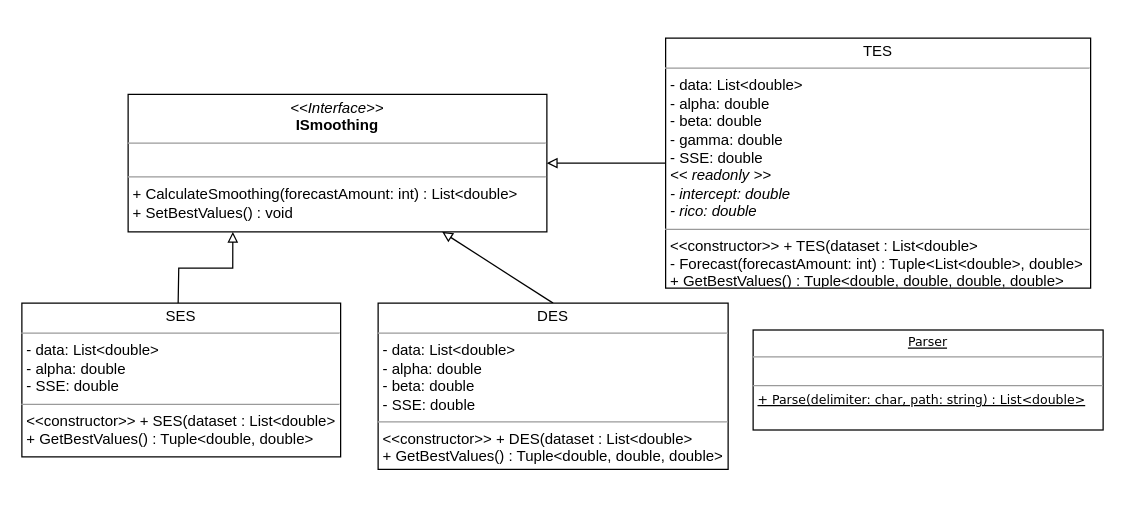
Earlier version of the draw.io diagram Class diagram - forecasting.drawio (JustMike112/forecasting). Source tidied: cells renumbered, new cells numbered last; positions are measured from the earlier drawing's top-left corner, leaving out a move shared by most shapes. Both pictures are drawn from the tidied source at 125%, with x=0, y=0 at pixel (21, 38).
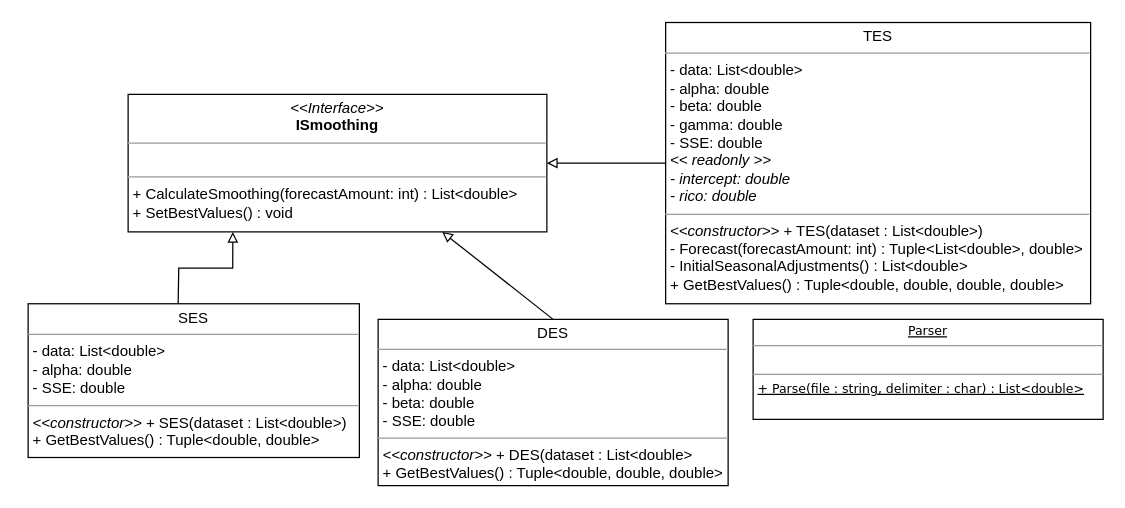
Above is the later version.

Commit message (it also covers changes not shown here):
cleanup up some code, finished class diagram and added a screenshot of working solution

What changed in the source:
```diff
@@
 <mxGraphModel>
   <root>
     <mxCell id="0" />
     <mxCell id="1" parent="0" />
     <mxCell id="2" value="&lt;p style=&quot;margin: 0px ; margin-top: 4px ; text-align: center&quot;&gt;&lt;i&gt;&amp;lt;&amp;lt;Interface&amp;gt;&amp;gt;&lt;/i&gt;&lt;br&gt;&lt;b&gt;ISmoothing&lt;/b&gt;&lt;/p&gt;&lt;hr size=&quot;1&quot;&gt;&lt;p style=&quot;margin: 0px ; margin-left: 4px&quot;&gt;&lt;br&gt;&lt;/p&gt;&lt;hr size=&quot;1&quot;&gt;&lt;p style=&quot;margin: 0px ; margin-left: 4px&quot;&gt;+ CalculateSmoothing(forecastAmount: int) : List&amp;lt;double&amp;gt;&lt;/p&gt;&lt;p style=&quot;margin: 0px ; margin-left: 4px&quot;&gt;+ SetBestValues() : void&lt;/p&gt;" style="verticalAlign=top;align=left;overflow=fill;fontSize=12;fontFamily=Helvetica;html=1;rounded=0;shadow=0;comic=0;labelBackgroundColor=none;strokeColor=#000000;strokeWidth=1;fillColor=#ffffff;" parent="1" vertex="1">
       <mxGeometry x="85" y="45" width="335" height="110" as="geometry" />
     </mxCell>
     <mxCell id="3" style="endArrow=block;html=1;entryX=0.75;entryY=1;entryDx=0;entryDy=0;endFill=0;strokeWidth=1;exitX=0.5;exitY=0;exitDx=0;exitDy=0;" parent="1" edge="1" source="6" target="2">
       <mxGeometry relative="1" as="geometry" />
     </mxCell>
     <mxCell id="4" style="edgeStyle=orthogonalEdgeStyle;rounded=0;jettySize=auto;html=1;exitX=0.5;exitY=0;exitDx=0;exitDy=0;entryX=0.25;entryY=1;entryDx=0;entryDy=0;endArrow=block;endFill=0;strokeWidth=1;" parent="1" edge="1" target="2">
       <mxGeometry relative="1" as="geometry">
         <mxPoint x="125" y="213" as="sourcePoint" />
       </mxGeometry>
     </mxCell>
-    <mxCell id="5" value="&lt;p style=&quot;margin: 0px ; margin-top: 4px ; text-align: center&quot;&gt;SES&lt;/p&gt;&lt;hr size=&quot;1&quot;&gt;&lt;p style=&quot;margin: 0px ; margin-left: 4px&quot;&gt;- data: List&amp;lt;double&amp;gt;&lt;/p&gt;&lt;p style=&quot;margin: 0px ; margin-left: 4px&quot;&gt;- alpha: double&lt;/p&gt;&lt;p style=&quot;margin: 0px ; margin-left: 4px&quot;&gt;- SSE: double&lt;/p&gt;&lt;hr size=&quot;1&quot;&gt;&lt;p style=&quot;margin: 0px ; margin-left: 4px&quot;&gt;&amp;lt;&amp;lt;constructor&amp;gt;&amp;gt; + SES(dataset : List&amp;lt;double&amp;gt;&lt;/p&gt;&lt;p style=&quot;margin: 0px ; margin-left: 4px&quot;&gt;+ GetBestValues() : Tuple&amp;lt;double, double&amp;gt;&lt;/p&gt;" style="verticalAlign=top;align=left;overflow=fill;fontSize=12;fontFamily=Helvetica;html=1;rounded=0;shadow=0;comic=0;labelBackgroundColor=none;strokeColor=#000000;strokeWidth=1;fillColor=#ffffff;" parent="1" vertex="1">
-      <mxGeometry y="212" width="255" height="123" as="geometry" />
+    <mxCell id="5" value="&lt;p style=&quot;margin: 0px ; margin-top: 4px ; text-align: center&quot;&gt;SES&lt;/p&gt;&lt;hr size=&quot;1&quot;&gt;&lt;p style=&quot;margin: 0px ; margin-left: 4px&quot;&gt;- data: List&amp;lt;double&amp;gt;&lt;/p&gt;&lt;p style=&quot;margin: 0px ; margin-left: 4px&quot;&gt;- alpha: double&lt;/p&gt;&lt;p style=&quot;margin: 0px ; margin-left: 4px&quot;&gt;- SSE: double&lt;/p&gt;&lt;hr size=&quot;1&quot;&gt;&lt;p style=&quot;margin: 0px ; margin-left: 4px&quot;&gt;&lt;i&gt;&amp;lt;&amp;lt;constructor&amp;gt;&amp;gt;&lt;/i&gt; + SES(dataset : List&amp;lt;double&amp;gt;)&lt;/p&gt;&lt;p style=&quot;margin: 0px ; margin-left: 4px&quot;&gt;+ GetBestValues() : Tuple&amp;lt;double, double&amp;gt;&lt;/p&gt;" style="verticalAlign=top;align=left;overflow=fill;fontSize=12;fontFamily=Helvetica;html=1;rounded=0;shadow=0;comic=0;labelBackgroundColor=none;strokeColor=#000000;strokeWidth=1;fillColor=#ffffff;" parent="1" vertex="1">
+      <mxGeometry x="5" y="212.5" width="265" height="123" as="geometry" />
     </mxCell>
-    <mxCell id="6" value="&lt;p style=&quot;margin: 0px ; margin-top: 4px ; text-align: center&quot;&gt;DES&lt;/p&gt;&lt;hr size=&quot;1&quot;&gt;&lt;p style=&quot;margin: 0px ; margin-left: 4px&quot;&gt;- data: List&amp;lt;double&amp;gt;&lt;/p&gt;&lt;p style=&quot;margin: 0px ; margin-left: 4px&quot;&gt;- alpha: double&lt;/p&gt;&lt;p style=&quot;margin: 0px ; margin-left: 4px&quot;&gt;- beta: double&lt;/p&gt;&lt;p style=&quot;margin: 0px ; margin-left: 4px&quot;&gt;- SSE: double&lt;/p&gt;&lt;hr size=&quot;1&quot;&gt;&lt;p style=&quot;margin: 0px ; margin-left: 4px&quot;&gt;&amp;lt;&amp;lt;constructor&amp;gt;&amp;gt; + DES(dataset : List&amp;lt;double&amp;gt;&lt;br&gt;&lt;/p&gt;&lt;p style=&quot;margin: 0px ; margin-left: 4px&quot;&gt;+ GetBestValues() : Tuple&amp;lt;double, double, double&amp;gt;&lt;br&gt;&lt;/p&gt;" style="verticalAlign=top;align=left;overflow=fill;fontSize=12;fontFamily=Helvetica;html=1;rounded=0;shadow=0;comic=0;labelBackgroundColor=none;strokeColor=#000000;strokeWidth=1;fillColor=#ffffff;" parent="1" vertex="1">
-      <mxGeometry x="285" y="212" width="280" height="133" as="geometry" />
+    <mxCell id="6" value="&lt;p style=&quot;margin: 0px ; margin-top: 4px ; text-align: center&quot;&gt;DES&lt;/p&gt;&lt;hr size=&quot;1&quot;&gt;&lt;p style=&quot;margin: 0px ; margin-left: 4px&quot;&gt;- data: List&amp;lt;double&amp;gt;&lt;/p&gt;&lt;p style=&quot;margin: 0px ; margin-left: 4px&quot;&gt;- alpha: double&lt;/p&gt;&lt;p style=&quot;margin: 0px ; margin-left: 4px&quot;&gt;- beta: double&lt;/p&gt;&lt;p style=&quot;margin: 0px ; margin-left: 4px&quot;&gt;- SSE: double&lt;/p&gt;&lt;hr size=&quot;1&quot;&gt;&lt;p style=&quot;margin: 0px ; margin-left: 4px&quot;&gt;&lt;i&gt;&amp;lt;&amp;lt;constructor&amp;gt;&amp;gt;&lt;/i&gt; + DES(dataset : List&amp;lt;double&amp;gt;&lt;br&gt;&lt;/p&gt;&lt;p style=&quot;margin: 0px ; margin-left: 4px&quot;&gt;+ GetBestValues() : Tuple&amp;lt;double, double, double&amp;gt;&lt;br&gt;&lt;/p&gt;" style="verticalAlign=top;align=left;overflow=fill;fontSize=12;fontFamily=Helvetica;html=1;rounded=0;shadow=0;comic=0;labelBackgroundColor=none;strokeColor=#000000;strokeWidth=1;fillColor=#ffffff;" parent="1" vertex="1">
+      <mxGeometry x="285" y="225" width="280" height="133" as="geometry" />
     </mxCell>
-    <mxCell id="7" value="&lt;p style=&quot;margin: 0px ; margin-top: 4px ; text-align: center&quot;&gt;TES&lt;/p&gt;&lt;hr size=&quot;1&quot;&gt;&lt;p style=&quot;margin: 0px ; margin-left: 4px&quot;&gt;- data: List&amp;lt;double&amp;gt;&lt;/p&gt;&lt;p style=&quot;margin: 0px ; margin-left: 4px&quot;&gt;- alpha: double&lt;/p&gt;&lt;p style=&quot;margin: 0px ; margin-left: 4px&quot;&gt;- beta: double&lt;/p&gt;&lt;p style=&quot;margin: 0px ; margin-left: 4px&quot;&gt;- gamma: double&lt;/p&gt;&lt;p style=&quot;margin: 0px ; margin-left: 4px&quot;&gt;- SSE: double&lt;/p&gt;&lt;p style=&quot;margin: 0px ; margin-left: 4px&quot;&gt;&lt;i&gt;&amp;lt;&amp;lt; readonly &amp;gt;&amp;gt;&lt;/i&gt;&lt;/p&gt;&lt;p style=&quot;margin: 0px ; margin-left: 4px&quot;&gt;&lt;i&gt;- intercept: double&lt;/i&gt;&lt;/p&gt;&lt;p style=&quot;margin: 0px ; margin-left: 4px&quot;&gt;&lt;i&gt;- rico: double&lt;/i&gt;&lt;/p&gt;&lt;hr size=&quot;1&quot;&gt;&lt;p style=&quot;margin: 0px ; margin-left: 4px&quot;&gt;&amp;lt;&amp;lt;constructor&amp;gt;&amp;gt; + TES(dataset : List&amp;lt;double&amp;gt;&lt;br&gt;&lt;/p&gt;&lt;p style=&quot;margin: 0px ; margin-left: 4px&quot;&gt;- Forecast(forecastAmount: int) : Tuple&amp;lt;List&amp;lt;double&amp;gt;, double&amp;gt;&lt;/p&gt;&lt;p style=&quot;margin: 0px ; margin-left: 4px&quot;&gt;+ GetBestValues() : Tuple&amp;lt;double, double, double, double&amp;gt;&lt;/p&gt;" style="verticalAlign=top;align=left;overflow=fill;fontSize=12;fontFamily=Helvetica;html=1;rounded=0;shadow=0;comic=0;labelBackgroundColor=none;strokeColor=#000000;strokeWidth=1;fillColor=#ffffff;" parent="1" vertex="1">
-      <mxGeometry x="515" width="340" height="200" as="geometry" />
+    <mxCell id="7" value="&lt;p style=&quot;margin: 0px ; margin-top: 4px ; text-align: center&quot;&gt;TES&lt;/p&gt;&lt;hr size=&quot;1&quot;&gt;&lt;p style=&quot;margin: 0px ; margin-left: 4px&quot;&gt;- data: List&amp;lt;double&amp;gt;&lt;/p&gt;&lt;p style=&quot;margin: 0px ; margin-left: 4px&quot;&gt;- alpha: double&lt;/p&gt;&lt;p style=&quot;margin: 0px ; margin-left: 4px&quot;&gt;- beta: double&lt;/p&gt;&lt;p style=&quot;margin: 0px ; margin-left: 4px&quot;&gt;- gamma: double&lt;/p&gt;&lt;p style=&quot;margin: 0px ; margin-left: 4px&quot;&gt;- SSE: double&lt;/p&gt;&lt;p style=&quot;margin: 0px ; margin-left: 4px&quot;&gt;&lt;i&gt;&amp;lt;&amp;lt; readonly &amp;gt;&amp;gt;&lt;/i&gt;&lt;/p&gt;&lt;p style=&quot;margin: 0px ; margin-left: 4px&quot;&gt;&lt;i&gt;- intercept: double&lt;/i&gt;&lt;/p&gt;&lt;p style=&quot;margin: 0px ; margin-left: 4px&quot;&gt;&lt;i&gt;- rico: double&lt;/i&gt;&lt;/p&gt;&lt;hr size=&quot;1&quot;&gt;&lt;p style=&quot;margin: 0px ; margin-left: 4px&quot;&gt;&lt;i&gt;&amp;lt;&amp;lt;constructor&amp;gt;&amp;gt; &lt;/i&gt;+ TES(dataset : List&amp;lt;double&amp;gt;)&lt;br&gt;&lt;/p&gt;&lt;p style=&quot;margin: 0px ; margin-left: 4px&quot;&gt;- Forecast(forecastAmount: int) : Tuple&amp;lt;List&amp;lt;double&amp;gt;, double&amp;gt;&lt;/p&gt;&lt;p style=&quot;margin: 0px ; margin-left: 4px&quot;&gt;- InitialSeasonalAdjustments() : List&amp;lt;double&amp;gt;&lt;br&gt;&lt;/p&gt;&lt;p style=&quot;margin: 0px ; margin-left: 4px&quot;&gt;+ GetBestValues() : Tuple&amp;lt;double, double, double, double&amp;gt;&lt;/p&gt;" style="verticalAlign=top;align=left;overflow=fill;fontSize=12;fontFamily=Helvetica;html=1;rounded=0;shadow=0;comic=0;labelBackgroundColor=none;strokeColor=#000000;strokeWidth=1;fillColor=#ffffff;" parent="1" vertex="1">
+      <mxGeometry x="515" y="-12.5" width="340" height="225" as="geometry" />
     </mxCell>
-    <mxCell id="8" value="&lt;p style=&quot;margin: 4px 0px 0px ; text-align: center ; font-size: 10px&quot;&gt;&lt;u&gt;&lt;span&gt;Parser&lt;/span&gt;&lt;br&gt;&lt;/u&gt;&lt;/p&gt;&lt;hr size=&quot;1&quot; style=&quot;font-size: 10px&quot;&gt;&lt;p style=&quot;margin: 0px 0px 0px 4px ; font-size: 10px&quot;&gt;&lt;br&gt;&lt;/p&gt;&lt;hr size=&quot;1&quot; style=&quot;font-size: 10px&quot;&gt;&lt;p style=&quot;margin: 0px 0px 0px 4px ; font-size: 10px&quot;&gt;&lt;font style=&quot;font-size: 10px&quot;&gt;&lt;u&gt;+ Parse(delimiter: char, path: string) : List&amp;lt;double&amp;gt;&lt;/u&gt;&lt;/font&gt;&lt;/p&gt;" style="verticalAlign=top;align=left;overflow=fill;fontSize=12;fontFamily=Verdana;html=1;rounded=0;shadow=0;comic=0;labelBackgroundColor=none;strokeColor=#000000;strokeWidth=1;fillColor=#ffffff;" parent="1" vertex="1">
-      <mxGeometry x="585" y="233.5" width="280" height="80" as="geometry" />
+    <mxCell id="8" value="&lt;p style=&quot;margin: 4px 0px 0px ; text-align: center ; font-size: 10px&quot;&gt;&lt;u&gt;&lt;span&gt;Parser&lt;/span&gt;&lt;br&gt;&lt;/u&gt;&lt;/p&gt;&lt;hr size=&quot;1&quot; style=&quot;font-size: 10px&quot;&gt;&lt;p style=&quot;margin: 0px 0px 0px 4px ; font-size: 10px&quot;&gt;&lt;br&gt;&lt;/p&gt;&lt;hr size=&quot;1&quot; style=&quot;font-size: 10px&quot;&gt;&lt;p style=&quot;margin: 0px 0px 0px 4px ; font-size: 10px&quot;&gt;&lt;font style=&quot;font-size: 10px&quot;&gt;&lt;u&gt;+ Parse(file : string, delimiter : char) : List&amp;lt;double&amp;gt;&lt;/u&gt;&lt;/font&gt;&lt;/p&gt;" style="verticalAlign=top;align=left;overflow=fill;fontSize=12;fontFamily=Verdana;html=1;rounded=0;shadow=0;comic=0;labelBackgroundColor=none;strokeColor=#000000;strokeWidth=1;fillColor=#ffffff;" parent="1" vertex="1">
+      <mxGeometry x="585" y="225" width="280" height="80" as="geometry" />
     </mxCell>
     <mxCell id="9" style="endArrow=block;html=1;entryX=1;entryY=0.5;entryDx=0;entryDy=0;endFill=0;strokeWidth=1;exitX=0;exitY=0.5;exitDx=0;exitDy=0;" parent="1" edge="1" source="7" target="2">
       <mxGeometry relative="1" as="geometry" />
     </mxCell>
   </root>
 </mxGraphModel>
```
